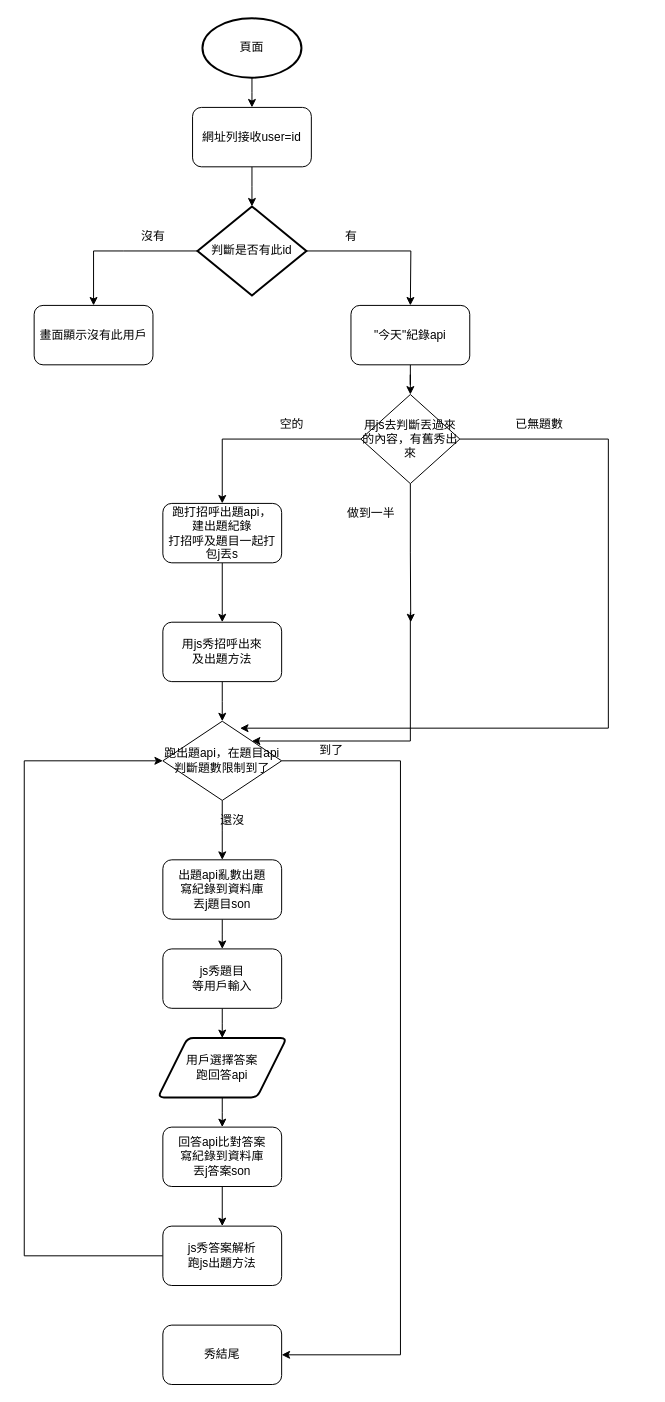
kartg0203/work_flow keeps this draw.io diagram as 未命名圖表.drawio. Above is the earlier version. Source tidied: cells renumbered, new cells numbered last; positions are measured from the earlier drawing's top-left corner, leaving out a move shared by most shapes. Both pictures are drawn from the tidied source at 99%, with x=0, y=0 at pixel (24, 18).
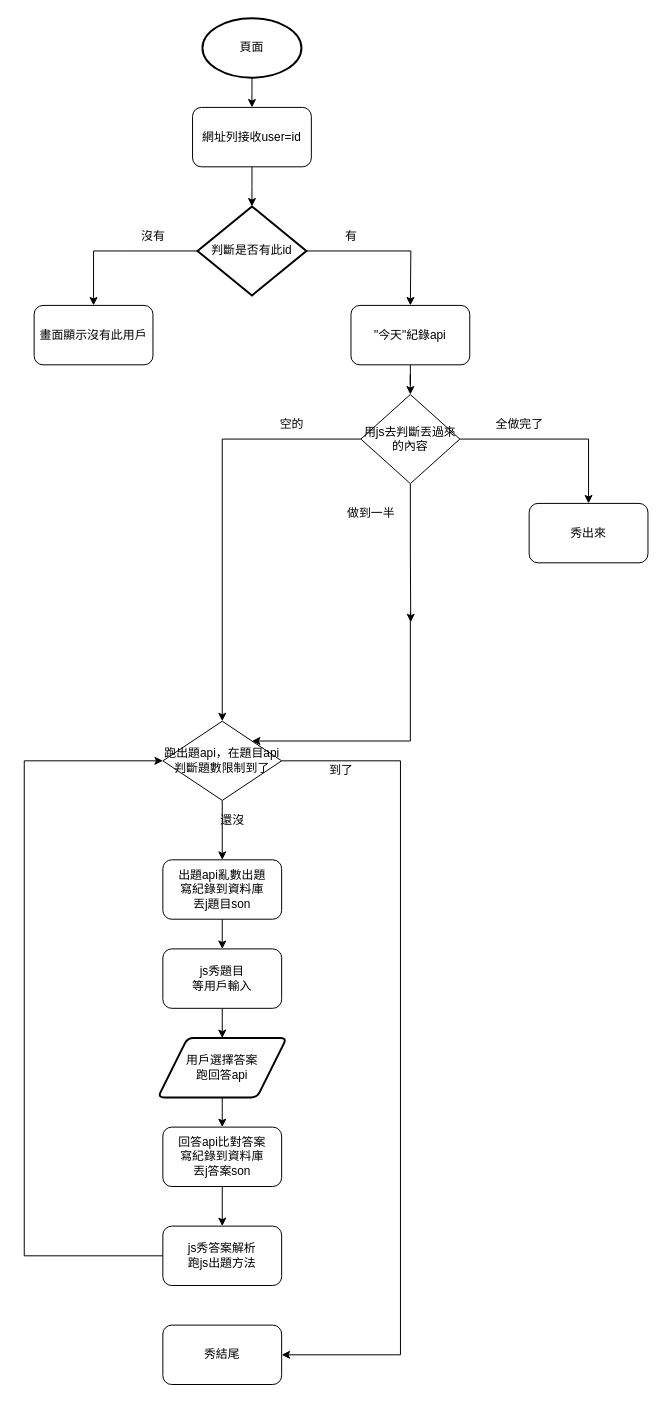
After the change.

Commit message:
Update 未命名圖表.drawio

Unchanged cells that the change refers to:
```xml
<mxCell id="26" value="跑出題api，在題目api判斷題數限制到了" style="rhombus;whiteSpace=wrap;html=1;" parent="1" vertex="1">
  <mxGeometry x="140" y="710" width="120" height="80" as="geometry" />
</mxCell>
```

The edit, as a diff of the source:
```diff
@@
-    <mxCell id="10" style="edgeStyle=orthogonalEdgeStyle;rounded=0;jettySize=auto;html=1;" parent="1" edge="1" source="11" target="14">
-      <mxGeometry relative="1" as="geometry" />
-    </mxCell>
-    <mxCell id="11" value="跑打招呼出題api，&lt;br&gt;建出題紀錄&lt;br&gt;打招呼及題目一起打包j丟s" style="rounded=1;whiteSpace=wrap;html=1;" parent="1" vertex="1">
-      <mxGeometry x="140" y="490" width="120" height="60" as="geometry" />
-    </mxCell>
@@
-    <mxCell id="13" style="edgeStyle=elbowEdgeStyle;rounded=0;jettySize=auto;elbow=vertical;html=1;" parent="1" edge="1" source="14" target="26">
-      <mxGeometry relative="1" as="geometry" />
-    </mxCell>
-    <mxCell id="14" value="用js秀招呼出來&lt;br&gt;及出題方法" style="rounded=1;whiteSpace=wrap;html=1;" parent="1" vertex="1">
-      <mxGeometry x="140" y="610" width="120" height="60" as="geometry" />
-    </mxCell>
@@
     <mxCell id="31" value="到了" style="text;html=1;align=center;verticalAlign=middle;strokeColor=none;" parent="1" vertex="1">
-      <mxGeometry x="290" y="730" width="40" height="20" as="geometry" />
+      <mxGeometry x="300" y="750" width="40" height="20" as="geometry" />
     </mxCell>
-    <mxCell id="32" style="edgeStyle=orthogonalEdgeStyle;rounded=0;jettySize=auto;html=1;entryX=0.5;entryY=0;entryDx=0;entryDy=0;exitX=0;exitY=0.5;exitDx=0;exitDy=0;" parent="1" edge="1" source="41" target="11">
+    <mxCell id="32" style="edgeStyle=orthogonalEdgeStyle;rounded=0;jettySize=auto;html=1;entryX=0.5;entryY=0;entryDx=0;entryDy=0;exitX=0;exitY=0.5;exitDx=0;exitDy=0;" parent="1" edge="1" source="41" target="26">
       <mxGeometry relative="1" as="geometry">
         <Array as="points">
           <mxPoint x="200" y="425" />
         </Array>
       </mxGeometry>
     </mxCell>
-    <mxCell id="33" style="edgeStyle=orthogonalEdgeStyle;rounded=0;jettySize=auto;html=1;entryX=0.65;entryY=0.088;entryDx=0;entryDy=0;exitX=1;exitY=0.5;exitDx=0;exitDy=0;entryPerimeter=0;" parent="1" edge="1" source="41" target="26">
-      <mxGeometry relative="1" as="geometry">
-        <Array as="points">
-          <mxPoint x="590" y="425" />
-          <mxPoint x="590" y="717" />
-        </Array>
-      </mxGeometry>
-    </mxCell>
@@
-    <mxCell id="37" value="已無題數" style="text;html=1;align=center;verticalAlign=middle;strokeColor=none;" parent="1" vertex="1">
-      <mxGeometry x="490" y="400" width="60" height="20" as="geometry" />
-    </mxCell>
@@
+    <mxCell id="42" style="edgeStyle=orthogonalEdgeStyle;rounded=0;jettySize=auto;html=1;" parent="1" edge="1" source="41" target="43">
+      <mxGeometry relative="1" as="geometry" />
+    </mxCell>
-    <mxCell id="41" value="&lt;span&gt;用js去判斷丟過來的內容，有舊秀出來&lt;/span&gt;" style="rhombus;whiteSpace=wrap;html=1;" parent="1" vertex="1">
+    <mxCell id="41" value="&lt;span&gt;用js去判斷丟過來的內容&lt;/span&gt;" style="rhombus;whiteSpace=wrap;html=1;" parent="1" vertex="1">
       <mxGeometry x="340" y="380" width="100" height="90" as="geometry" />
     </mxCell>
+    <mxCell id="43" value="秀出來" style="rounded=1;whiteSpace=wrap;html=1;" parent="1" vertex="1">
+      <mxGeometry x="510" y="490" width="120" height="60" as="geometry" />
+    </mxCell>
+    <mxCell id="44" value="全做完了" style="text;html=1;align=center;verticalAlign=middle;strokeColor=none;" parent="1" vertex="1">
+      <mxGeometry x="470" y="400" width="60" height="20" as="geometry" />
+    </mxCell>
```
